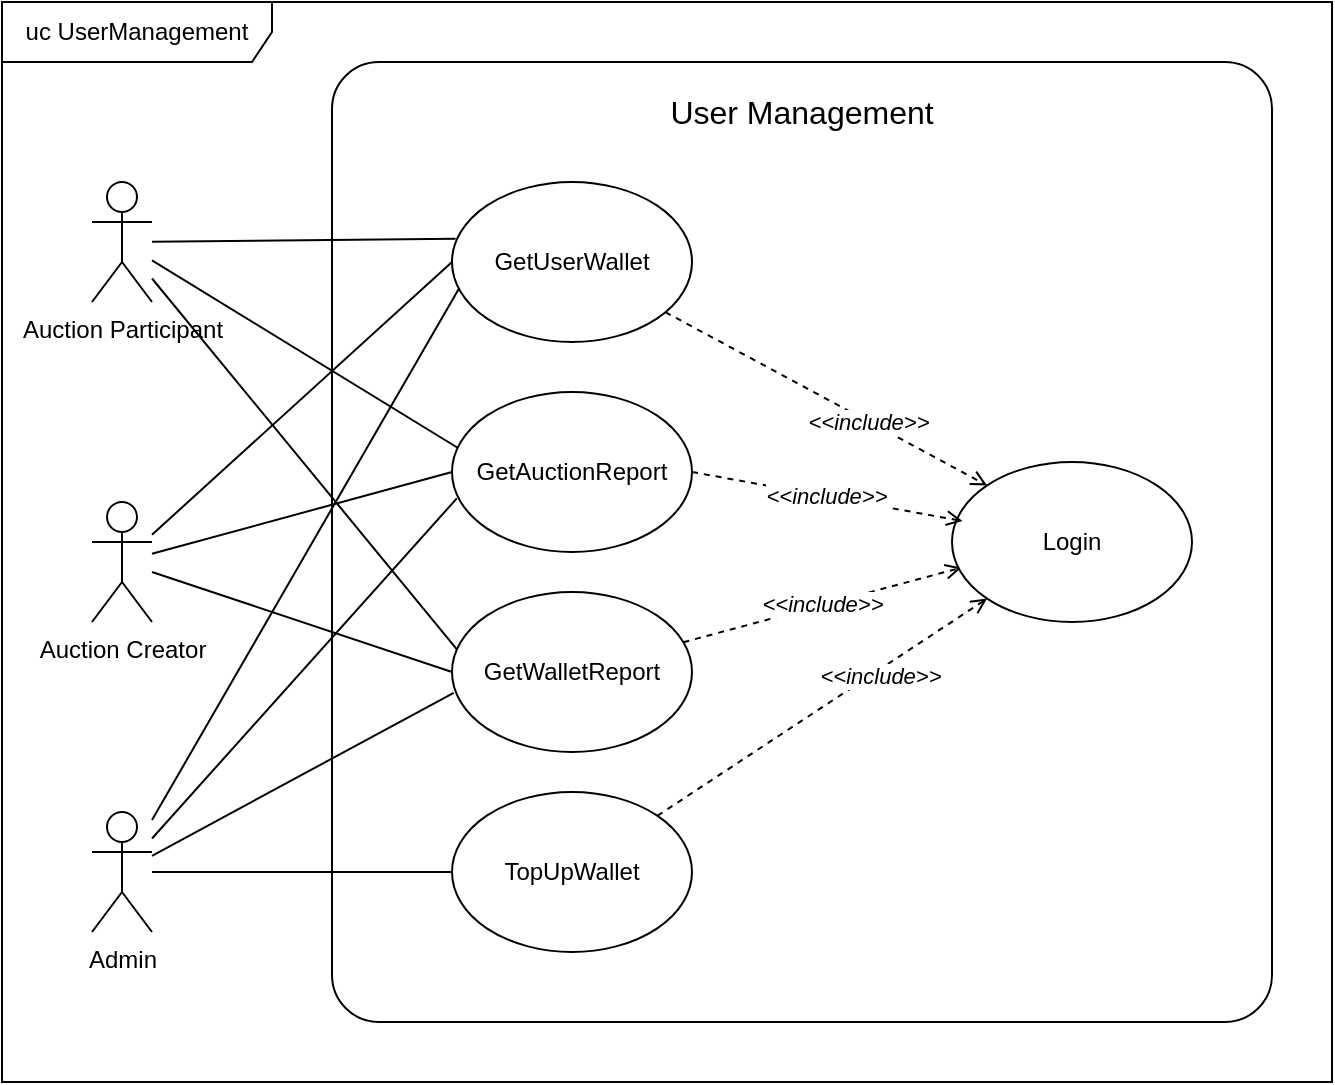
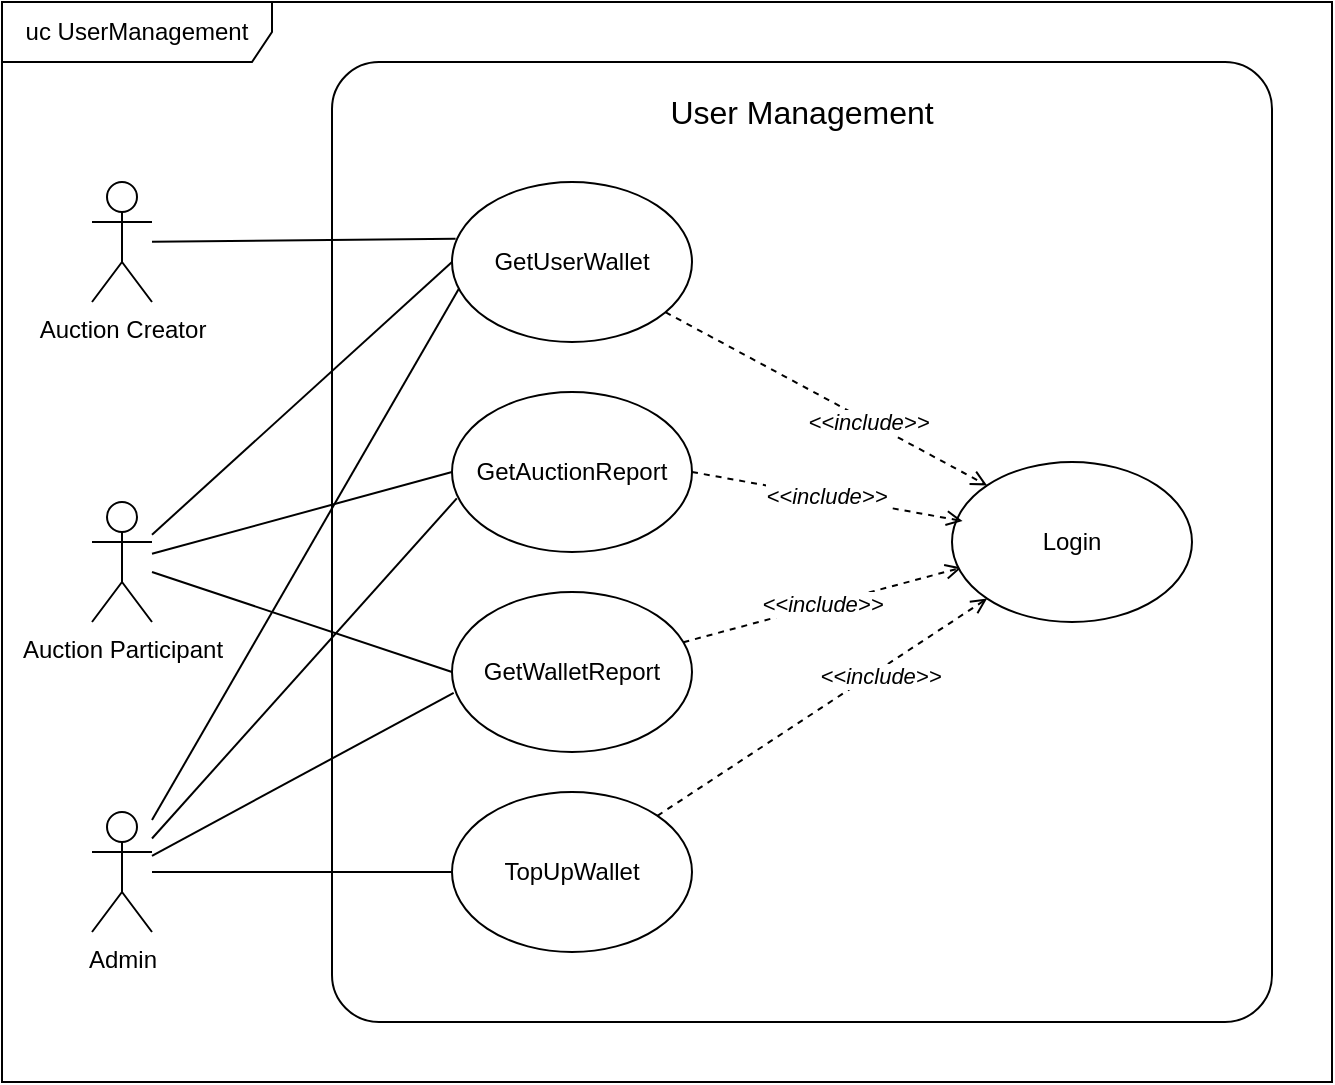
<mxfile host="app.diagrams.net">
  <diagram name="Pagina-1" id="ahXVmOKEu6miEEmpS0yc">
-     <mxGraphModel grid="1" page="1" gridSize="10" guides="1" tooltips="1" connect="1" arrows="1" fold="1" pageScale="1" pageWidth="827" pageHeight="1169" math="0" shadow="0">
+     <mxGraphModel dx="495" dy="413" grid="1" gridSize="10" guides="1" tooltips="1" connect="1" arrows="1" fold="1" page="1" pageScale="1" pageWidth="827" pageHeight="1169" math="0" shadow="0">
      <root>
        <mxCell id="0" />
        <mxCell id="1" parent="0" />
        <mxCell id="0RGTJ1kcWxQguQa-8f6I-6" parent="1" style="rounded=1;whiteSpace=wrap;html=1;arcSize=5;" value="" vertex="1">
          <mxGeometry height="480" width="470" x="210" y="230" as="geometry" />
        </mxCell>
        <mxCell id="0RGTJ1kcWxQguQa-8f6I-11" edge="1" parent="1" source="0RGTJ1kcWxQguQa-8f6I-1" style="rounded=0;orthogonalLoop=1;jettySize=auto;html=1;entryX=0.015;entryY=0.354;entryDx=0;entryDy=0;endArrow=none;endFill=0;entryPerimeter=0;" target="0RGTJ1kcWxQguQa-8f6I-10">
          <mxGeometry relative="1" as="geometry" />
        </mxCell>
-         <mxCell id="0RGTJ1kcWxQguQa-8f6I-12" edge="1" parent="1" source="0RGTJ1kcWxQguQa-8f6I-1" style="rounded=0;orthogonalLoop=1;jettySize=auto;html=1;entryX=0.037;entryY=0.361;entryDx=0;entryDy=0;endArrow=none;endFill=0;entryPerimeter=0;" target="0RGTJ1kcWxQguQa-8f6I-9">
-           <mxGeometry relative="1" as="geometry" />
-         </mxCell>
        <mxCell id="eZGcs2O2zaFd76c9ZGBA-2" edge="1" parent="1" source="0RGTJ1kcWxQguQa-8f6I-3" style="rounded=0;orthogonalLoop=1;jettySize=auto;html=1;endArrow=none;endFill=0;entryX=0;entryY=0.5;entryDx=0;entryDy=0;" target="eZGcs2O2zaFd76c9ZGBA-1">
          <mxGeometry relative="1" as="geometry" />
        </mxCell>
-         <mxCell id="9Kz90V72tp-HNPner3oC-5" edge="1" parent="1" source="0RGTJ1kcWxQguQa-8f6I-1" style="rounded=0;orthogonalLoop=1;jettySize=auto;html=1;entryX=0.028;entryY=0.372;entryDx=0;entryDy=0;endArrow=none;endFill=0;entryPerimeter=0;" target="0RGTJ1kcWxQguQa-8f6I-7">
-           <mxGeometry relative="1" as="geometry" />
-         </mxCell>
-         <mxCell id="0RGTJ1kcWxQguQa-8f6I-1" parent="1" style="shape=umlActor;verticalLabelPosition=bottom;verticalAlign=top;html=1;outlineConnect=0;" value="Auction Participant" vertex="1">
+         <mxCell id="0RGTJ1kcWxQguQa-8f6I-1" parent="1" style="shape=umlActor;verticalLabelPosition=bottom;verticalAlign=top;html=1;outlineConnect=0;" value="Auction Creator" vertex="1">
          <mxGeometry height="60" width="30" x="90" y="290" as="geometry" />
        </mxCell>
        <mxCell id="0RGTJ1kcWxQguQa-8f6I-13" edge="1" parent="1" source="0RGTJ1kcWxQguQa-8f6I-2" style="rounded=0;orthogonalLoop=1;jettySize=auto;html=1;entryX=0;entryY=0.5;entryDx=0;entryDy=0;endArrow=none;endFill=0;" target="0RGTJ1kcWxQguQa-8f6I-9">
          <mxGeometry relative="1" as="geometry" />
        </mxCell>
        <mxCell id="9Kz90V72tp-HNPner3oC-6" edge="1" parent="1" source="0RGTJ1kcWxQguQa-8f6I-2" style="rounded=0;orthogonalLoop=1;jettySize=auto;html=1;entryX=0;entryY=0.5;entryDx=0;entryDy=0;endArrow=none;endFill=0;" target="0RGTJ1kcWxQguQa-8f6I-7">
          <mxGeometry relative="1" as="geometry" />
        </mxCell>
        <mxCell id="9Kz90V72tp-HNPner3oC-7" edge="1" parent="1" source="0RGTJ1kcWxQguQa-8f6I-2" style="rounded=0;orthogonalLoop=1;jettySize=auto;html=1;entryX=0;entryY=0.5;entryDx=0;entryDy=0;endArrow=none;endFill=0;" target="0RGTJ1kcWxQguQa-8f6I-10">
          <mxGeometry relative="1" as="geometry" />
        </mxCell>
-         <mxCell id="0RGTJ1kcWxQguQa-8f6I-2" parent="1" style="shape=umlActor;verticalLabelPosition=bottom;verticalAlign=top;html=1;outlineConnect=0;" value="Auction Creator" vertex="1">
+         <mxCell id="0RGTJ1kcWxQguQa-8f6I-2" parent="1" style="shape=umlActor;verticalLabelPosition=bottom;verticalAlign=top;html=1;outlineConnect=0;" value="Auction Participant" vertex="1">
          <mxGeometry height="60" width="30" x="90" y="450" as="geometry" />
        </mxCell>
        <mxCell id="0RGTJ1kcWxQguQa-8f6I-8" edge="1" parent="1" source="0RGTJ1kcWxQguQa-8f6I-3" style="rounded=0;orthogonalLoop=1;jettySize=auto;html=1;endArrow=none;endFill=0;entryX=0.007;entryY=0.63;entryDx=0;entryDy=0;entryPerimeter=0;" target="0RGTJ1kcWxQguQa-8f6I-7">
          <mxGeometry relative="1" as="geometry" />
        </mxCell>
        <mxCell id="eZGcs2O2zaFd76c9ZGBA-4" edge="1" parent="1" source="0RGTJ1kcWxQguQa-8f6I-3" style="rounded=0;orthogonalLoop=1;jettySize=auto;html=1;endArrow=none;endFill=0;entryX=0.02;entryY=0.665;entryDx=0;entryDy=0;entryPerimeter=0;" target="0RGTJ1kcWxQguQa-8f6I-9">
          <mxGeometry relative="1" as="geometry" />
        </mxCell>
        <mxCell id="9Kz90V72tp-HNPner3oC-8" edge="1" parent="1" source="0RGTJ1kcWxQguQa-8f6I-3" style="rounded=0;orthogonalLoop=1;jettySize=auto;html=1;endArrow=none;endFill=0;entryX=0.037;entryY=0.645;entryDx=0;entryDy=0;entryPerimeter=0;" target="0RGTJ1kcWxQguQa-8f6I-10">
          <mxGeometry relative="1" as="geometry">
            <mxPoint x="280" y="350" as="targetPoint" />
          </mxGeometry>
        </mxCell>
        <mxCell id="0RGTJ1kcWxQguQa-8f6I-3" parent="1" style="shape=umlActor;verticalLabelPosition=bottom;verticalAlign=top;html=1;outlineConnect=0;" value="Admin" vertex="1">
          <mxGeometry height="60" width="30" x="90" y="605" as="geometry" />
        </mxCell>
        <mxCell id="eZGcs2O2zaFd76c9ZGBA-6" edge="1" parent="1" source="0RGTJ1kcWxQguQa-8f6I-7" style="rounded=0;orthogonalLoop=1;jettySize=auto;html=1;entryX=0.04;entryY=0.66;entryDx=0;entryDy=0;dashed=1;endArrow=open;endFill=0;entryPerimeter=0;" target="eZGcs2O2zaFd76c9ZGBA-3" value="&lt;i&gt;&amp;lt;&amp;lt;include&amp;gt;&amp;gt;&lt;/i&gt;">
          <mxGeometry relative="1" as="geometry" />
        </mxCell>
        <mxCell id="0RGTJ1kcWxQguQa-8f6I-7" parent="1" style="ellipse;whiteSpace=wrap;html=1;" value="GetWalletReport" vertex="1">
          <mxGeometry height="80" width="120" x="270" y="495" as="geometry" />
        </mxCell>
        <mxCell id="0RGTJ1kcWxQguQa-8f6I-9" parent="1" style="ellipse;whiteSpace=wrap;html=1;" value="GetAuctionReport" vertex="1">
          <mxGeometry height="80" width="120" x="270" y="395" as="geometry" />
        </mxCell>
        <mxCell id="eZGcs2O2zaFd76c9ZGBA-5" edge="1" parent="1" source="0RGTJ1kcWxQguQa-8f6I-10" style="rounded=0;orthogonalLoop=1;jettySize=auto;html=1;entryX=0;entryY=0;entryDx=0;entryDy=0;dashed=1;endArrow=open;endFill=0;" target="eZGcs2O2zaFd76c9ZGBA-3">
          <mxGeometry relative="1" as="geometry" />
        </mxCell>
        <mxCell id="eZGcs2O2zaFd76c9ZGBA-8" connectable="0" parent="eZGcs2O2zaFd76c9ZGBA-5" style="edgeLabel;html=1;align=center;verticalAlign=middle;resizable=0;points=[];" value="&lt;i&gt;&amp;lt;&amp;lt;include&amp;gt;&amp;gt;&lt;/i&gt;" vertex="1">
          <mxGeometry relative="1" x="0.256" as="geometry">
            <mxPoint as="offset" />
          </mxGeometry>
        </mxCell>
        <mxCell id="0RGTJ1kcWxQguQa-8f6I-10" parent="1" style="ellipse;whiteSpace=wrap;html=1;" value="GetUserWallet" vertex="1">
          <mxGeometry height="80" width="120" x="270" y="290" as="geometry" />
        </mxCell>
        <mxCell id="eZGcs2O2zaFd76c9ZGBA-7" edge="1" parent="1" source="eZGcs2O2zaFd76c9ZGBA-1" style="rounded=0;orthogonalLoop=1;jettySize=auto;html=1;entryX=0;entryY=1;entryDx=0;entryDy=0;dashed=1;endArrow=open;endFill=0;" target="eZGcs2O2zaFd76c9ZGBA-3">
          <mxGeometry relative="1" as="geometry" />
        </mxCell>
        <mxCell id="eZGcs2O2zaFd76c9ZGBA-9" connectable="0" parent="eZGcs2O2zaFd76c9ZGBA-7" style="edgeLabel;html=1;align=center;verticalAlign=middle;resizable=0;points=[];" value="&lt;i&gt;&amp;lt;&amp;lt;include&amp;gt;&amp;gt;&lt;/i&gt;" vertex="1">
          <mxGeometry relative="1" x="0.3336" y="-3" as="geometry">
            <mxPoint as="offset" />
          </mxGeometry>
        </mxCell>
        <mxCell id="eZGcs2O2zaFd76c9ZGBA-1" parent="1" style="ellipse;whiteSpace=wrap;html=1;" value="TopUpWallet" vertex="1">
          <mxGeometry height="80" width="120" x="270" y="595" as="geometry" />
        </mxCell>
        <mxCell id="eZGcs2O2zaFd76c9ZGBA-3" parent="1" style="ellipse;whiteSpace=wrap;html=1;" value="Login" vertex="1">
          <mxGeometry height="80" width="120" x="520" y="430" as="geometry" />
        </mxCell>
        <mxCell id="eZGcs2O2zaFd76c9ZGBA-10" parent="1" style="text;html=1;whiteSpace=wrap;strokeColor=none;fillColor=none;align=center;verticalAlign=middle;rounded=0;" value="&lt;font style=&quot;font-size: 16px;&quot;&gt;User Management&lt;/font&gt;" vertex="1">
          <mxGeometry height="30" width="250" x="320" y="240" as="geometry" />
        </mxCell>
        <mxCell id="eZGcs2O2zaFd76c9ZGBA-12" parent="1" style="shape=umlFrame;whiteSpace=wrap;html=1;pointerEvents=0;width=135;height=30;" value="uc UserManagement" vertex="1">
          <mxGeometry height="540" width="665" x="45" y="200" as="geometry" />
        </mxCell>
        <mxCell id="9Kz90V72tp-HNPner3oC-3" edge="1" parent="1" source="0RGTJ1kcWxQguQa-8f6I-9" style="rounded=0;orthogonalLoop=1;jettySize=auto;html=1;dashed=1;endArrow=open;endFill=0;entryX=0.044;entryY=0.369;entryDx=0;entryDy=0;entryPerimeter=0;exitX=1;exitY=0.5;exitDx=0;exitDy=0;" target="eZGcs2O2zaFd76c9ZGBA-3" value="&lt;i&gt;&amp;lt;&amp;lt;include&amp;gt;&amp;gt;&lt;/i&gt;">
          <mxGeometry relative="1" as="geometry">
            <mxPoint x="390" y="435" as="sourcePoint" />
            <mxPoint x="500" y="447" as="targetPoint" />
          </mxGeometry>
        </mxCell>
      </root>
    </mxGraphModel>
  </diagram>
</mxfile>
